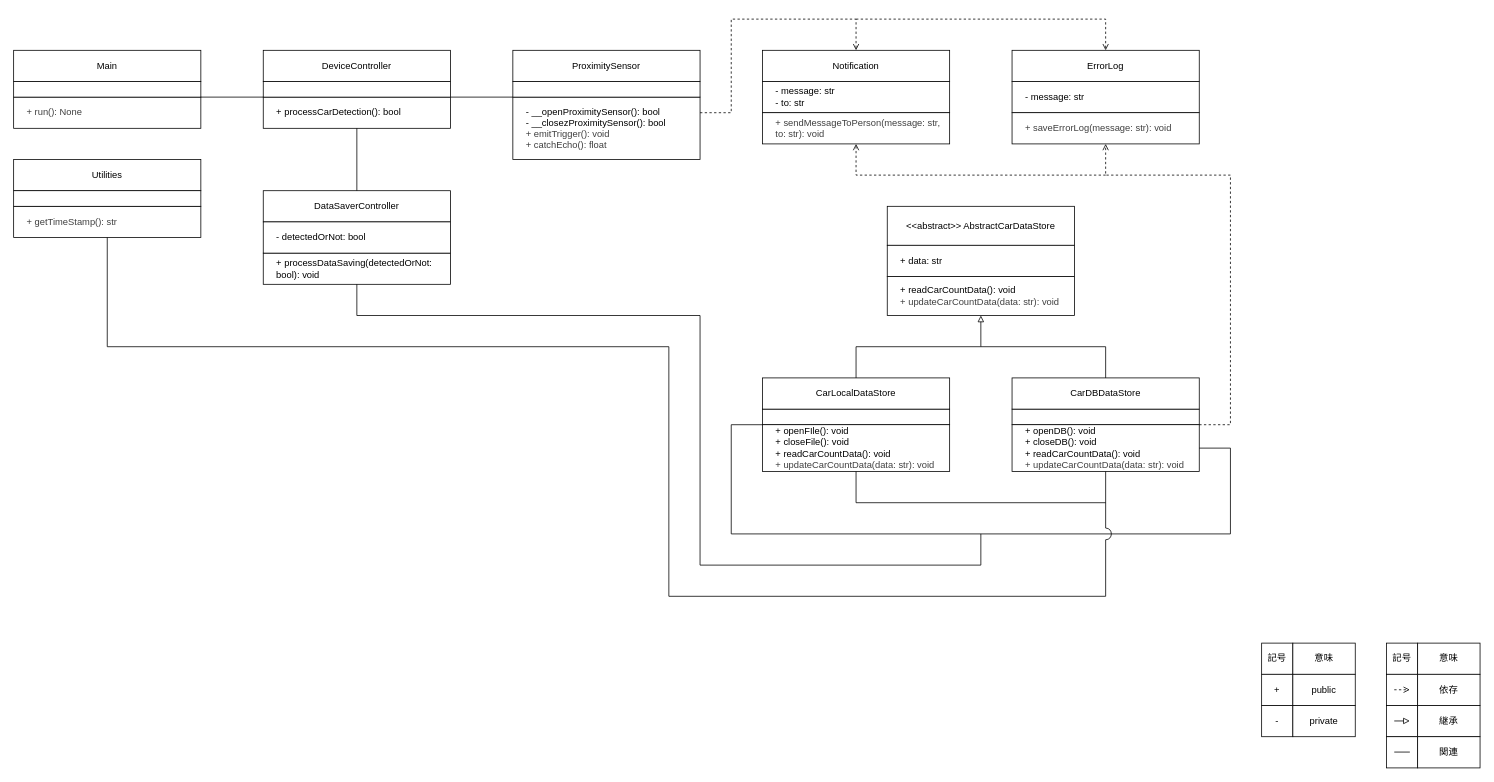
Above: page "出口用" (2 of 2) of uml/class_diagram.drawio in kokoa454/ANPR_JP (draw.io), before the change. Source tidied: cells renumbered, new cells numbered last; positions are measured from the earlier drawing's top-left corner, leaving out a move shared by most shapes. Both pictures are drawn from the tidied source at 78%, with x=0, y=0 at pixel (13, 19).
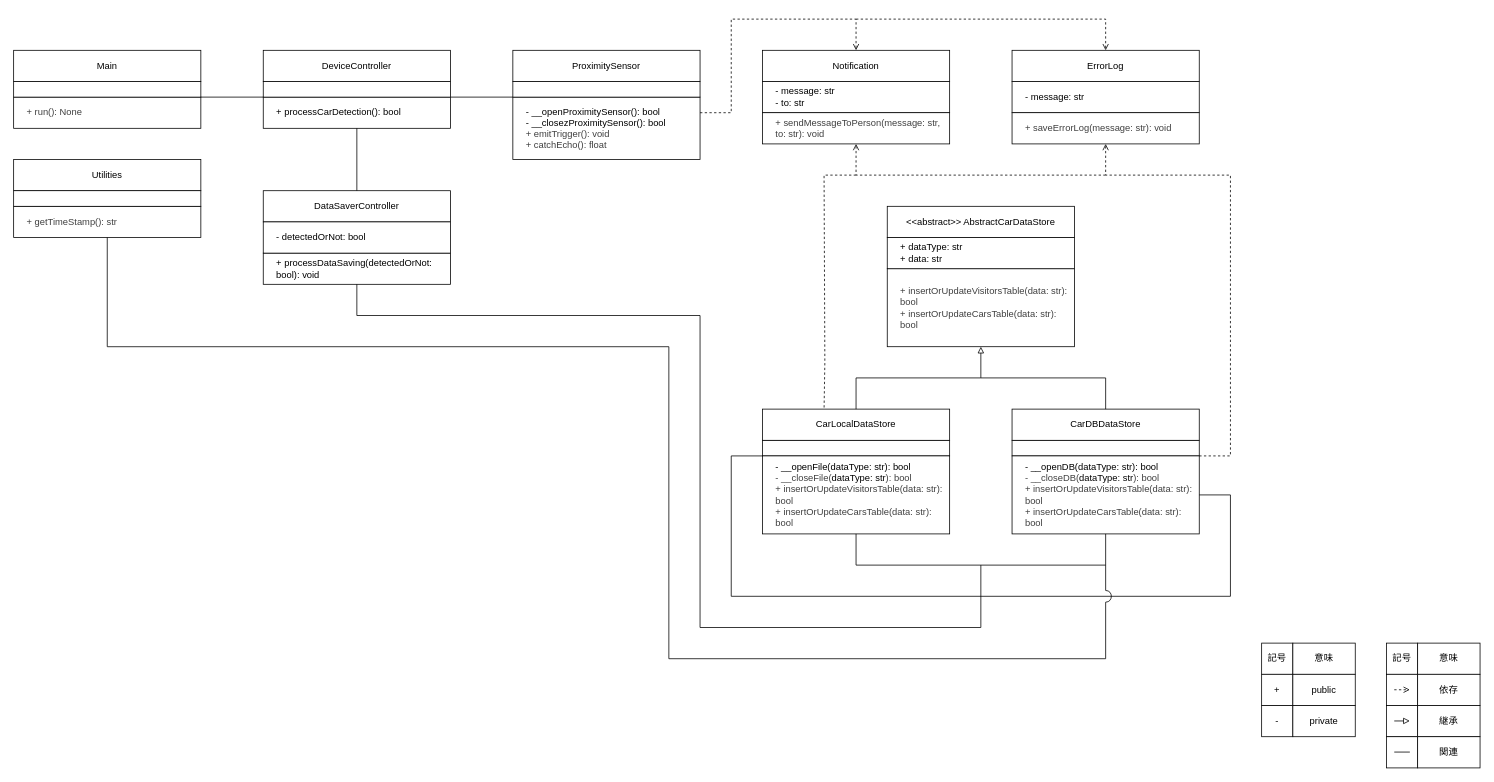
The same diagram, later.

The change refers to these unchanged cells:
```xml
<mxCell id="33" value="&lt;div&gt;&lt;span style=&quot;color: rgb(63, 63, 63); background-color: transparent;&quot;&gt;+ saveErrorLog(message: str): void&lt;/span&gt;&lt;/div&gt;" style="rounded=0;whiteSpace=wrap;html=1;align=left;spacingLeft=15;" parent="1" vertex="1">
  <mxGeometry x="1280" y="120" width="240" height="40" as="geometry" />
</mxCell>
<mxCell id="43" value="+ processDataSaving(detectedOrNot: bool): void" style="rounded=0;whiteSpace=wrap;html=1;align=left;spacingLeft=15;" parent="1" vertex="1">
  <mxGeometry x="320" y="300" width="240" height="40" as="geometry" />
</mxCell>
```

The edit, as a diff of the source:
```diff
@@
     <mxCell id="12" style="rounded=0;whiteSpace=wrap;html=1;align=left;spacingLeft=15;" parent="1" vertex="1">
-      <mxGeometry x="960" y="500" width="240" height="20" as="geometry" />
+      <mxGeometry x="960" y="540" width="240" height="20" as="geometry" />
     </mxCell>
     <mxCell id="13" value="CarLocalDataStore" style="rounded=0;whiteSpace=wrap;html=1;" parent="1" vertex="1">
-      <mxGeometry x="960" y="460" width="240" height="40" as="geometry" />
+      <mxGeometry x="960" y="500" width="240" height="40" as="geometry" />
     </mxCell>
-    <mxCell id="14" value="&lt;div&gt;&lt;span style=&quot;scrollbar-color: rgb(226, 226, 226) rgb(251, 251, 251); color: rgb(0, 0, 0);&quot;&gt;+ openFIle(): void&lt;/span&gt;&lt;/div&gt;&lt;div&gt;&lt;font color=&quot;#000000&quot;&gt;+ closeFile(): void&lt;/font&gt;&lt;/div&gt;&lt;span style=&quot;scrollbar-color: rgb(226, 226, 226) rgb(251, 251, 251); color: rgb(0, 0, 0);&quot;&gt;+ readCarCountData(): void&lt;/span&gt;&lt;div style=&quot;scrollbar-color: rgb(226, 226, 226) rgb(251, 251, 251); color: rgb(63, 63, 63);&quot;&gt;&lt;div style=&quot;scrollbar-color: rgb(226, 226, 226) rgb(251, 251, 251); color: rgb(63, 63, 63);&quot;&gt;&lt;span style=&quot;scrollbar-color: rgb(226, 226, 226) rgb(251, 251, 251); background-color: transparent; color: rgb(63, 63, 63);&quot;&gt;+ updateCarCountData(data: str): void&lt;/span&gt;&lt;/div&gt;&lt;/div&gt;" style="rounded=0;whiteSpace=wrap;html=1;align=left;spacingLeft=15;" parent="1" vertex="1">
-      <mxGeometry x="960" y="520" width="240" height="60" as="geometry" />
+    <mxCell id="14" value="&lt;span style=&quot;color: rgb(0, 0, 0); scrollbar-color: rgb(226, 226, 226) rgb(251, 251, 251);&quot;&gt;- __openFile(&lt;span style=&quot;color: rgb(0, 0, 0); scrollbar-color: rgb(226, 226, 226) rgb(251, 251, 251);&quot;&gt;dataType: str&lt;/span&gt;): bool&lt;/span&gt;&lt;div style=&quot;color: rgb(63, 63, 63); scrollbar-color: rgb(226, 226, 226) rgb(251, 251, 251);&quot;&gt;&lt;span style=&quot;color: rgb(63, 63, 63); scrollbar-color: rgb(226, 226, 226) rgb(251, 251, 251);&quot;&gt;- __closeFile(&lt;/span&gt;&lt;span style=&quot;color: rgb(0, 0, 0); scrollbar-color: rgb(226, 226, 226) rgb(251, 251, 251); background-color: transparent;&quot;&gt;dataType: str&lt;/span&gt;&lt;span style=&quot;color: rgb(63, 63, 63); scrollbar-color: rgb(226, 226, 226) rgb(251, 251, 251); background-color: transparent;&quot;&gt;): bool&lt;/span&gt;&lt;/div&gt;&lt;div style=&quot;color: rgb(63, 63, 63); scrollbar-color: rgb(226, 226, 226) rgb(251, 251, 251);&quot;&gt;+ insertOrUpdateVisitorsTable(data: str): bool&lt;/div&gt;&lt;div style=&quot;color: rgb(63, 63, 63); scrollbar-color: rgb(226, 226, 226) rgb(251, 251, 251);&quot;&gt;+ insertOrUpdateCarsTable(data: str): bool&lt;/div&gt;" style="rounded=0;whiteSpace=wrap;html=1;align=left;spacingLeft=15;" parent="1" vertex="1">
+      <mxGeometry x="960" y="560" width="240" height="100" as="geometry" />
     </mxCell>
     <mxCell id="15" style="rounded=0;whiteSpace=wrap;html=1;align=left;spacingLeft=15;" parent="1" vertex="1">
-      <mxGeometry x="1280" y="500" width="240" height="20" as="geometry" />
+      <mxGeometry x="1280" y="540" width="240" height="20" as="geometry" />
     </mxCell>
     <mxCell id="16" value="CarDBDataStore" style="rounded=0;whiteSpace=wrap;html=1;" parent="1" vertex="1">
-      <mxGeometry x="1280" y="460" width="240" height="40" as="geometry" />
+      <mxGeometry x="1280" y="500" width="240" height="40" as="geometry" />
     </mxCell>
-    <mxCell id="17" value="+ openDB(): void&lt;div&gt;&lt;font color=&quot;#000000&quot;&gt;+ closeDB(): void&lt;br&gt;&lt;/font&gt;&lt;div&gt;&lt;span style=&quot;scrollbar-color: rgb(226, 226, 226) rgb(251, 251, 251); color: rgb(0, 0, 0);&quot;&gt;+ readCarCountData(): void&lt;/span&gt;&lt;div style=&quot;scrollbar-color: rgb(226, 226, 226) rgb(251, 251, 251); color: rgb(63, 63, 63);&quot;&gt;&lt;div style=&quot;scrollbar-color: rgb(226, 226, 226) rgb(251, 251, 251); color: rgb(63, 63, 63);&quot;&gt;&lt;span style=&quot;scrollbar-color: rgb(226, 226, 226) rgb(251, 251, 251); background-color: transparent; color: rgb(63, 63, 63);&quot;&gt;+ updateCarCountData(data: str): void&lt;/span&gt;&lt;/div&gt;&lt;/div&gt;&lt;/div&gt;&lt;/div&gt;" style="rounded=0;whiteSpace=wrap;html=1;align=left;spacingLeft=15;" parent="1" vertex="1">
-      <mxGeometry x="1280" y="520" width="240" height="60" as="geometry" />
+    <mxCell id="17" value="&lt;span style=&quot;scrollbar-color: rgb(226, 226, 226) rgb(251, 251, 251); color: rgb(0, 0, 0);&quot;&gt;- __openDB(&lt;span style=&quot;scrollbar-color: rgb(226, 226, 226) rgb(251, 251, 251); color: rgb(0, 0, 0);&quot;&gt;dataType: str&lt;/span&gt;): bool&lt;/span&gt;&lt;div style=&quot;color: rgb(63, 63, 63); scrollbar-color: rgb(226, 226, 226) rgb(251, 251, 251);&quot;&gt;&lt;span style=&quot;color: rgb(63, 63, 63); scrollbar-color: rgb(226, 226, 226) rgb(251, 251, 251);&quot;&gt;- __closeDB(&lt;/span&gt;&lt;span style=&quot;scrollbar-color: rgb(226, 226, 226) rgb(251, 251, 251); background-color: transparent; color: rgb(0, 0, 0);&quot;&gt;dataType: str&lt;/span&gt;&lt;span style=&quot;color: rgb(63, 63, 63); scrollbar-color: rgb(226, 226, 226) rgb(251, 251, 251); background-color: transparent;&quot;&gt;): bool&lt;/span&gt;&lt;/div&gt;&lt;div style=&quot;scrollbar-color: rgb(226, 226, 226) rgb(251, 251, 251); color: rgb(63, 63, 63);&quot;&gt;+ insertOrUpdateVisitorsTable(data: str): bool&lt;/div&gt;&lt;div style=&quot;scrollbar-color: rgb(226, 226, 226) rgb(251, 251, 251); color: rgb(63, 63, 63);&quot;&gt;+ insertOrUpdateCarsTable(data: str): bool&lt;/div&gt;" style="rounded=0;whiteSpace=wrap;html=1;align=left;spacingLeft=15;" parent="1" vertex="1">
+      <mxGeometry x="1280" y="560" width="240" height="100" as="geometry" />
     </mxCell>
     <mxCell id="18" value="&amp;lt;&amp;lt;abstract&amp;gt;&amp;gt; AbstractCarDataStore" style="rounded=0;whiteSpace=wrap;html=1;" parent="1" vertex="1">
-      <mxGeometry x="1120" y="240" width="240" height="50" as="geometry" />
+      <mxGeometry x="1120" y="240" width="240" height="40" as="geometry" />
     </mxCell>
-    <mxCell id="19" value="&lt;span style=&quot;scrollbar-color: rgb(226, 226, 226) rgb(251, 251, 251); color: rgb(0, 0, 0);&quot;&gt;+ readCarCountData(): void&lt;/span&gt;&lt;div style=&quot;scrollbar-color: rgb(226, 226, 226) rgb(251, 251, 251); color: rgb(63, 63, 63);&quot;&gt;&lt;div style=&quot;scrollbar-color: rgb(226, 226, 226) rgb(251, 251, 251); color: rgb(63, 63, 63);&quot;&gt;&lt;span style=&quot;scrollbar-color: rgb(226, 226, 226) rgb(251, 251, 251); background-color: transparent; color: rgb(63, 63, 63);&quot;&gt;+ updateCarCountData(data: str): void&lt;/span&gt;&lt;/div&gt;&lt;/div&gt;" style="rounded=0;whiteSpace=wrap;html=1;align=left;spacingLeft=15;" parent="1" vertex="1">
-      <mxGeometry x="1120" y="330" width="240" height="50" as="geometry" />
+    <mxCell id="19" value="&lt;span style=&quot;background-color: transparent; color: rgb(63, 63, 63);&quot;&gt;+ insertOrUpdateVisitorsTable(data: str): bool&lt;/span&gt;&lt;div style=&quot;color: rgb(63, 63, 63); scrollbar-color: rgb(226, 226, 226) rgb(251, 251, 251);&quot;&gt;+ insertOrUpdateCarsTable(data: str): bool&lt;/div&gt;" style="rounded=0;whiteSpace=wrap;html=1;align=left;spacingLeft=15;" parent="1" vertex="1">
+      <mxGeometry x="1120" y="320" width="240" height="100" as="geometry" />
     </mxCell>
     <mxCell id="20" style="endArrow=block;html=1;rounded=0;curved=0;entryX=0.5;entryY=1;entryDx=0;entryDy=0;exitX=0.5;exitY=0;exitDx=0;exitDy=0;endFill=0;" parent="1" edge="1" source="16" target="19">
       <mxGeometry relative="1" as="geometry">
         <Array as="points">
-          <mxPoint x="1400" y="420" />
+          <mxPoint x="1400" y="460" />
+          <mxPoint x="1240" y="460" />
           <mxPoint x="1240" y="420" />
         </Array>
       </mxGeometry>
     </mxCell>
     <mxCell id="21" style="endArrow=none;html=1;exitX=0.5;exitY=0;exitDx=0;exitDy=0;rounded=0;curved=0;" parent="1" edge="1" source="13">
       <mxGeometry relative="1" as="geometry">
-        <mxPoint x="1240" y="420" as="targetPoint" />
+        <mxPoint x="1240" y="460" as="targetPoint" />
         <Array as="points">
-          <mxPoint x="1080" y="420" />
+          <mxPoint x="1080" y="460" />
         </Array>
       </mxGeometry>
     </mxCell>
@@
-    <mxCell id="34" value="&lt;div&gt;&lt;span style=&quot;background-color: transparent;&quot;&gt;+ data: str&lt;/span&gt;&lt;/div&gt;" style="rounded=0;whiteSpace=wrap;html=1;align=left;spacingLeft=15;" parent="1" vertex="1">
-      <mxGeometry x="1120" y="290" width="240" height="40" as="geometry" />
+    <mxCell id="34" value="&lt;div&gt;&lt;span style=&quot;background-color: transparent;&quot;&gt;+ dataType: str&lt;/span&gt;&lt;/div&gt;&lt;div&gt;&lt;span style=&quot;background-color: transparent;&quot;&gt;+ data: str&lt;/span&gt;&lt;/div&gt;" style="rounded=0;whiteSpace=wrap;html=1;align=left;spacingLeft=15;" parent="1" vertex="1">
+      <mxGeometry x="1120" y="280" width="240" height="40" as="geometry" />
     </mxCell>
@@
     <mxCell id="40" style="endArrow=open;html=1;exitX=1;exitY=0;exitDx=0;exitDy=0;rounded=0;curved=0;dashed=1;endFill=0;entryX=0.5;entryY=1;entryDx=0;entryDy=0;" parent="1" edge="1" source="17" target="33">
       <mxGeometry relative="1" as="geometry">
         <Array as="points">
-          <mxPoint x="1560" y="520" />
+          <mxPoint x="1560" y="560" />
           <mxPoint x="1560" y="200" />
           <mxPoint x="1400" y="200" />
         </Array>
       </mxGeometry>
     </mxCell>
@@
     <mxCell id="45" style="endArrow=none;html=1;rounded=0;curved=0;entryX=0.5;entryY=1;entryDx=0;entryDy=0;" parent="1" edge="1" target="43">
       <mxGeometry relative="1" as="geometry">
-        <mxPoint x="1240" y="660" as="sourcePoint" />
+        <mxPoint x="1240" y="700" as="sourcePoint" />
         <Array as="points">
-          <mxPoint x="1240" y="700" />
-          <mxPoint x="880" y="700" />
+          <mxPoint x="1240" y="780" />
+          <mxPoint x="880" y="780" />
           <mxPoint x="880" y="380" />
           <mxPoint x="440" y="380" />
         </Array>
       </mxGeometry>
     </mxCell>
     <mxCell id="46" style="endArrow=none;html=1;rounded=0;curved=0;entryX=1;entryY=0.5;entryDx=0;entryDy=0;exitX=0;exitY=0;exitDx=0;exitDy=0;" parent="1" edge="1" source="14" target="17">
       <mxGeometry relative="1" as="geometry">
         <Array as="points">
-          <mxPoint x="920" y="520" />
-          <mxPoint x="920" y="660" />
-          <mxPoint x="1560" y="660" />
-          <mxPoint x="1560" y="550" />
+          <mxPoint x="920" y="560" />
+          <mxPoint x="920" y="740" />
+          <mxPoint x="1560" y="740" />
+          <mxPoint x="1560" y="610" />
         </Array>
       </mxGeometry>
     </mxCell>
@@
     <mxCell id="61" style="endArrow=none;html=1;rounded=0;curved=0;entryX=0.5;entryY=1;entryDx=0;entryDy=0;exitX=0.5;exitY=1;exitDx=0;exitDy=0;jumpStyle=arc;jumpSize=15;" parent="1" edge="1" source="17">
       <mxGeometry relative="1" as="geometry">
         <mxPoint x="120" y="280" as="targetPoint" />
         <Array as="points">
-          <mxPoint x="1400" y="740" />
-          <mxPoint x="840" y="740" />
+          <mxPoint x="1400" y="820" />
+          <mxPoint x="840" y="820" />
           <mxPoint x="840" y="420" />
           <mxPoint x="440" y="420" />
           <mxPoint x="120" y="420" />
           <mxPoint x="120" y="320" />
         </Array>
       </mxGeometry>
     </mxCell>
     <mxCell id="62" style="endArrow=none;html=1;rounded=0;curved=0;exitX=0.5;exitY=1;exitDx=0;exitDy=0;" parent="1" edge="1" source="14">
       <mxGeometry relative="1" as="geometry">
-        <mxPoint x="1400" y="620" as="targetPoint" />
+        <mxPoint x="1400" y="700" as="targetPoint" />
         <Array as="points">
-          <mxPoint x="1080" y="620" />
+          <mxPoint x="1080" y="700" />
         </Array>
       </mxGeometry>
     </mxCell>
+    <mxCell id="63" style="endArrow=none;html=1;rounded=0;curved=0;entryX=0.33;entryY=-0.003;entryDx=0;entryDy=0;entryPerimeter=0;dashed=1;" parent="1" edge="1">
+      <mxGeometry relative="1" as="geometry">
+        <mxPoint x="1080" y="200" as="sourcePoint" />
+        <mxPoint x="1039" y="500" as="targetPoint" />
+        <Array as="points">
+          <mxPoint x="1039" y="200" />
+          <mxPoint x="1040" y="440" />
+        </Array>
+      </mxGeometry>
+    </mxCell>
```
